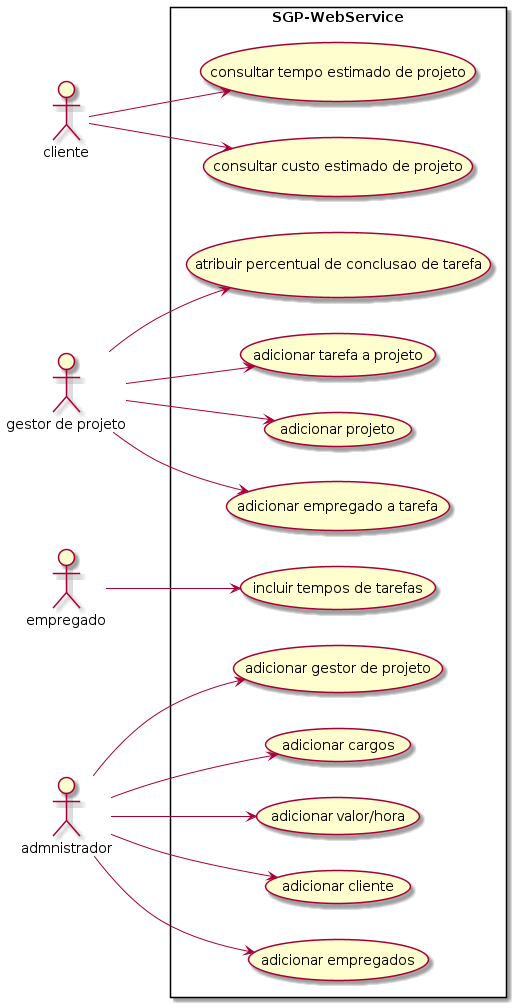
This is Diagrama Casos de Uso/usecase.png from PedroAlmeidacode/SGP-WebService, a PlantUML export, as it was before one commit.
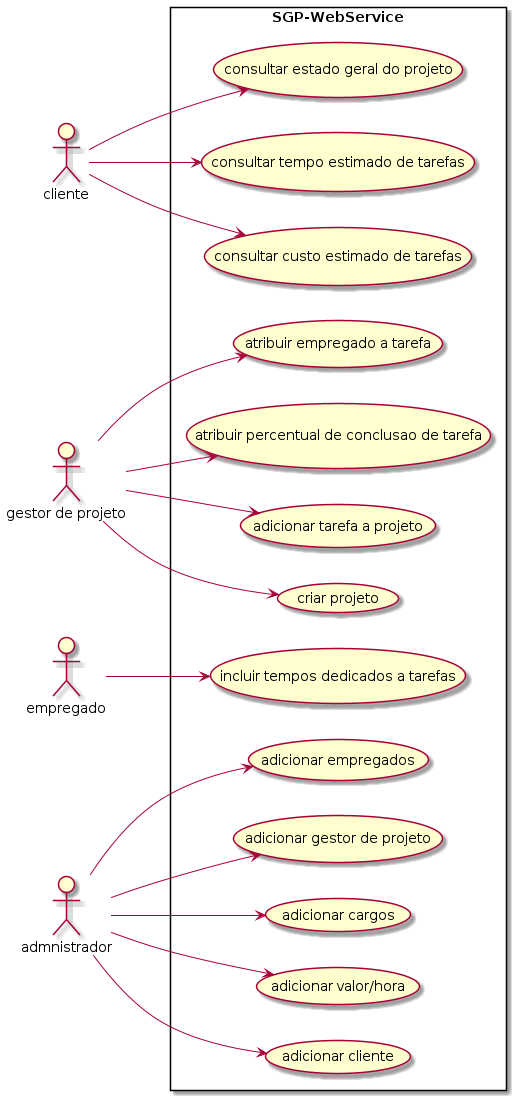
The same diagram one commit later.

Commit message:
progresso casos de uso

Change to the diagram source:
```diff
@@ -5,15 +5,16 @@
 actor "empregado" as e
 actor "admnistrador" as a
 rectangle SGP-WebService{
-usecase "consultar tempo estimado de projeto" as UC1
-usecase "consultar custo estimado de projeto" as UC10
-usecase "incluir tempos de tarefas" as UC2
+usecase "consultar tempo estimado de tarefas" as UC1
+usecase "consultar custo estimado de tarefas" as UC10
+usecase "consultar estado geral do projeto" as UC11
+usecase "incluir tempos dedicados a tarefas" as UC2
 usecase "atribuir percentual de conclusao de tarefa" as UC4
 usecase "adicionar tarefa a projeto" as UC5
-usecase "adicionar projeto" as UC6
+usecase "criar projeto" as UC6
 usecase "adicionar cargos" as UC7
 usecase "adicionar valor/hora" as UC8
-usecase "adicionar empregado a tarefa" as UC9
+usecase "atribuir empregado a tarefa" as UC9
 usecase "adicionar empregados" as E1
 usecase "adicionar gestor de projeto" as E2
 usecase "adicionar cliente" as E3
@@ -21,6 +22,7 @@
 
 c --> UC1
 c --> UC10
+c --> UC11
 e --> UC2
 gp --> UC6
 gp --> UC5
```
